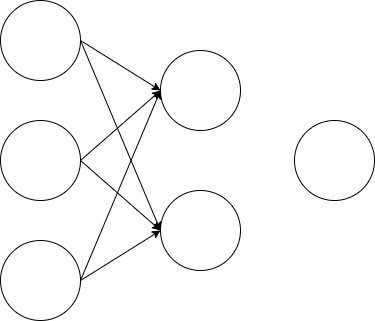
Before: example.drawio.png, a diagram exported from draw.io (CXianRen/MyNN). Source tidied: cells renumbered, new cells last; positions are measured from the earlier drawing's top-left corner, leaving out a move shared by most shapes.
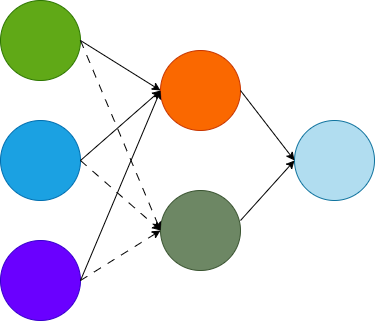
After the change.

The edit, as a diff of the source:
```diff
@@ -2,22 +2,22 @@
   <root>
     <mxCell id="0" />
     <mxCell id="1" parent="0" />
-    <mxCell id="2" style="ellipse;whiteSpace=wrap;html=1;" parent="1" vertex="1">
+    <mxCell id="2" style="ellipse;whiteSpace=wrap;html=1;fillColor=#60a917;fontColor=#ffffff;strokeColor=#2D7600;" parent="1" vertex="1">
       <mxGeometry width="80" height="80" as="geometry" />
     </mxCell>
-    <mxCell id="3" style="ellipse;whiteSpace=wrap;html=1;" parent="1" vertex="1">
+    <mxCell id="3" style="ellipse;whiteSpace=wrap;html=1;fillColor=#1ba1e2;fontColor=#ffffff;strokeColor=#006EAF;" parent="1" vertex="1">
       <mxGeometry y="120" width="80" height="80" as="geometry" />
     </mxCell>
-    <mxCell id="4" style="ellipse;whiteSpace=wrap;html=1;" parent="1" vertex="1">
+    <mxCell id="4" style="ellipse;whiteSpace=wrap;html=1;fillColor=#6a00ff;fontColor=#ffffff;strokeColor=#3700CC;" parent="1" vertex="1">
       <mxGeometry y="240" width="80" height="80" as="geometry" />
     </mxCell>
-    <mxCell id="5" style="ellipse;whiteSpace=wrap;html=1;" parent="1" vertex="1">
+    <mxCell id="5" style="ellipse;whiteSpace=wrap;html=1;fillColor=#fa6800;fontColor=#000000;strokeColor=#C73500;" parent="1" vertex="1">
       <mxGeometry x="160" y="50" width="80" height="80" as="geometry" />
     </mxCell>
-    <mxCell id="6" style="ellipse;whiteSpace=wrap;html=1;" parent="1" vertex="1">
+    <mxCell id="6" style="ellipse;whiteSpace=wrap;html=1;fillColor=#6d8764;fontColor=#ffffff;strokeColor=#3A5431;" parent="1" vertex="1">
       <mxGeometry x="160" y="190" width="80" height="80" as="geometry" />
     </mxCell>
-    <mxCell id="7" style="ellipse;whiteSpace=wrap;html=1;" parent="1" vertex="1">
+    <mxCell id="7" style="ellipse;whiteSpace=wrap;html=1;fillColor=#b1ddf0;strokeColor=#10739e;" parent="1" vertex="1">
       <mxGeometry x="294" y="120" width="80" height="80" as="geometry" />
     </mxCell>
     <mxCell id="8" style="endArrow=classic;html=1;rounded=0;exitX=1;exitY=0.5;exitDx=0;exitDy=0;entryX=0;entryY=0.5;entryDx=0;entryDy=0;" parent="1" edge="1" source="2" target="5">
@@ -34,21 +34,32 @@
         <mxPoint x="160" y="90" as="targetPoint" />
       </mxGeometry>
     </mxCell>
-    <mxCell id="11" style="endArrow=classic;html=1;rounded=0;exitX=1;exitY=0.5;exitDx=0;exitDy=0;entryX=0;entryY=0.5;entryDx=0;entryDy=0;" parent="1" edge="1" target="6">
+    <mxCell id="11" style="endArrow=classic;html=1;rounded=0;exitX=1;exitY=0.5;exitDx=0;exitDy=0;entryX=0;entryY=0.5;entryDx=0;entryDy=0;dashed=1;dashPattern=8 8;" parent="1" edge="1" target="6">
       <mxGeometry relative="1" as="geometry">
         <mxPoint x="80" y="40" as="sourcePoint" />
       </mxGeometry>
     </mxCell>
-    <mxCell id="12" style="endArrow=classic;html=1;rounded=0;exitX=1;exitY=0.5;exitDx=0;exitDy=0;entryX=0;entryY=0.5;entryDx=0;entryDy=0;" parent="1" edge="1" target="6">
+    <mxCell id="12" style="endArrow=classic;html=1;rounded=0;exitX=1;exitY=0.5;exitDx=0;exitDy=0;entryX=0;entryY=0.5;entryDx=0;entryDy=0;dashed=1;dashPattern=8 8;" parent="1" edge="1" target="6">
       <mxGeometry relative="1" as="geometry">
         <mxPoint x="80" y="160" as="sourcePoint" />
       </mxGeometry>
     </mxCell>
-    <mxCell id="13" style="endArrow=classic;html=1;rounded=0;exitX=1;exitY=0.5;exitDx=0;exitDy=0;" parent="1" edge="1">
+    <mxCell id="13" style="endArrow=classic;html=1;rounded=0;exitX=1;exitY=0.5;exitDx=0;exitDy=0;dashed=1;dashPattern=8 8;" parent="1" edge="1">
       <mxGeometry relative="1" as="geometry">
         <mxPoint x="80" y="280" as="sourcePoint" />
         <mxPoint x="160" y="230" as="targetPoint" />
       </mxGeometry>
     </mxCell>
+    <mxCell id="14" style="endArrow=classic;html=1;rounded=0;exitX=1;exitY=0.5;exitDx=0;exitDy=0;entryX=0;entryY=0.5;entryDx=0;entryDy=0;" parent="1" edge="1" target="7">
+      <mxGeometry relative="1" as="geometry">
+        <mxPoint x="240" y="90" as="sourcePoint" />
+      </mxGeometry>
+    </mxCell>
+    <mxCell id="15" style="endArrow=classic;html=1;rounded=0;exitX=1;exitY=0.5;exitDx=0;exitDy=0;" parent="1" edge="1">
+      <mxGeometry relative="1" as="geometry">
+        <mxPoint x="240" y="220" as="sourcePoint" />
+        <mxPoint x="294" y="160" as="targetPoint" />
+      </mxGeometry>
+    </mxCell>
   </root>
 </mxGraphModel>
```
